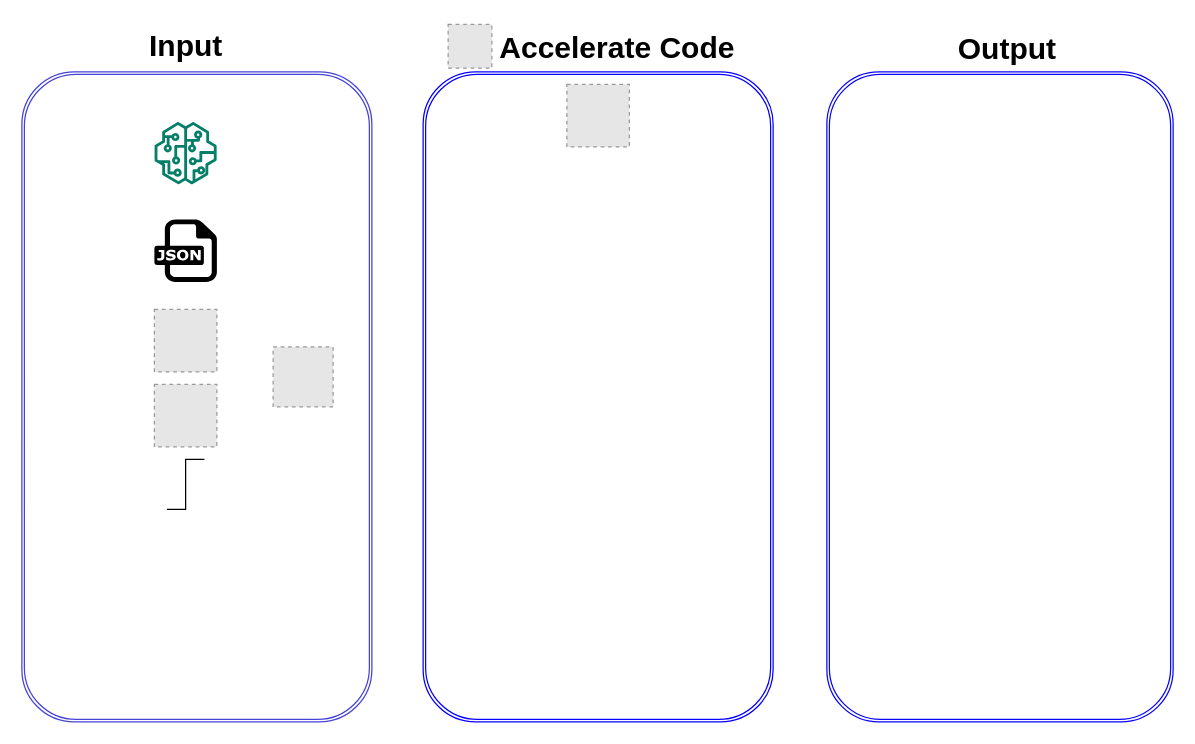
The draw.io diagram Untitled Diagram.drawio in akhilamartia/github-demo, before the edit. Source tidied: cells renumbered, new cells numbered last; positions are measured from the earlier drawing's top-left corner, leaving out a move shared by most shapes. Both pictures are drawn from the tidied source at 125%, with x=0, y=0 at pixel (21, 21). Pictures stored in the file or linked from it are replaced by grey dashed boxes.
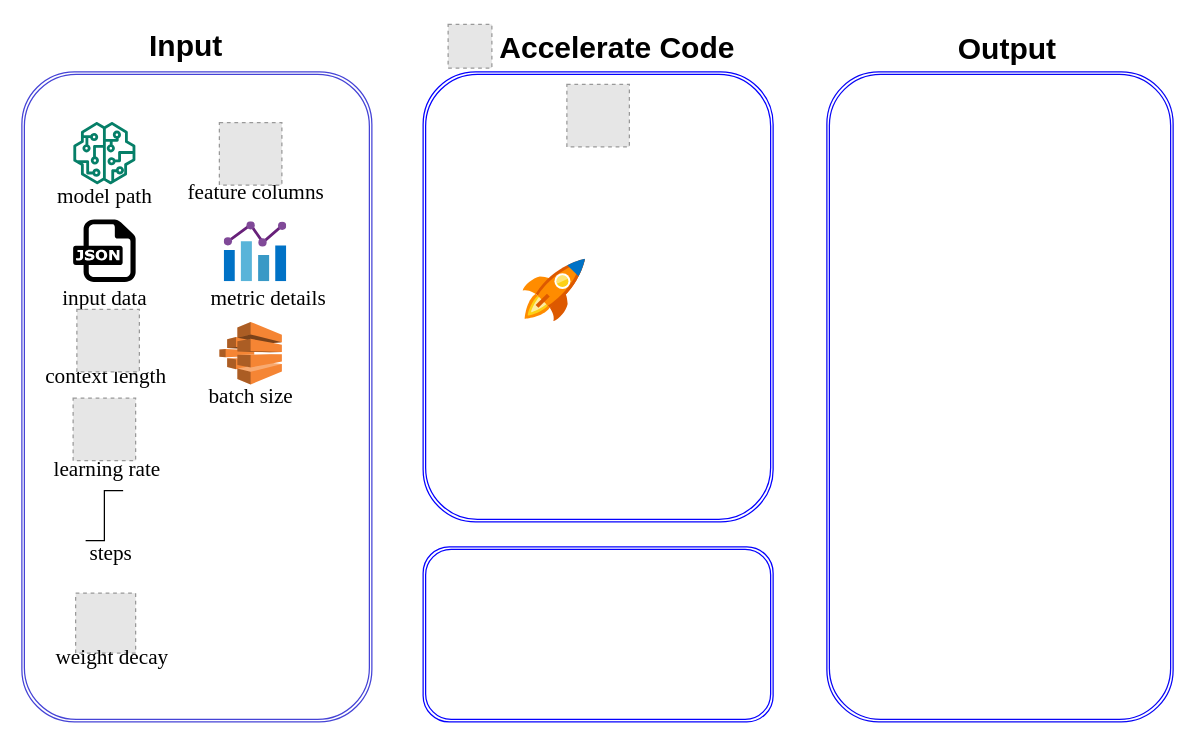
The same page after the edit.

Commit message:
input almost done

Diff of the diagram source:
```diff
@@
     <mxCell id="4" style="shape=ext;double=1;rounded=1;whiteSpace=wrap;html=1;strokeColor=#0501fe;" parent="1" vertex="1">
-      <mxGeometry x="321" y="40" width="280" height="520" as="geometry" />
+      <mxGeometry x="321" y="40" width="280" height="360" as="geometry" />
     </mxCell>
@@
     <mxCell id="9" style="dashed=0;html=1;align=center;labelPosition=center;verticalLabelPosition=bottom;verticalAlign=top;shape=mxgraph.weblogos.json;" parent="1" vertex="1">
-      <mxGeometry x="106" y="158" width="50" height="50" as="geometry" />
+      <mxGeometry x="41" y="158" width="50" height="50" as="geometry" />
     </mxCell>
     <mxCell id="10" style="sketch=0;fontColor=#232F3E;gradientColor=none;fillColor=#067F68;strokeColor=none;dashed=0;verticalLabelPosition=bottom;verticalAlign=top;align=center;html=1;fontSize=12;fontStyle=0;shape=mxgraph.aws4.sagemaker_model;" parent="1" vertex="1">
-      <mxGeometry x="106" y="80" width="50" height="50" as="geometry" />
+      <mxGeometry x="41" y="80" width="50" height="50" as="geometry" />
     </mxCell>
@@
-    <mxCell id="12" style="fillColor=#E6E6E6;strokeColor=#999999;dashed=1;html=1;verticalAlign=top;verticalLabelPosition=bottom;labelBackgroundColor=#ffffff;" parent="1" vertex="1">
-      <mxGeometry x="106" y="230" width="50" height="50" as="geometry" />
-    </mxCell>
     <mxCell id="13" style="fillColor=#E6E6E6;strokeColor=#999999;dashed=1;html=1;verticalAlign=top;verticalLabelPosition=bottom;labelBackgroundColor=#ffffff;" parent="1" vertex="1">
-      <mxGeometry x="106" y="290" width="50" height="50" as="geometry" />
+      <mxGeometry x="41" y="301" width="50" height="50" as="geometry" />
     </mxCell>
     <mxCell id="14" style="verticalLabelPosition=bottom;shadow=0;dashed=0;align=center;html=1;verticalAlign=top;shape=mxgraph.electrical.waveforms.step_1;" parent="1" vertex="1">
-      <mxGeometry x="116" y="350" width="30" height="40" as="geometry" />
+      <mxGeometry x="51" y="375" width="30" height="40" as="geometry" />
     </mxCell>
     <mxCell id="15" style="fillColor=#E6E6E6;strokeColor=#999999;dashed=1;html=1;verticalAlign=top;verticalLabelPosition=bottom;labelBackgroundColor=#ffffff;" parent="1" vertex="1">
-      <mxGeometry x="201" y="260" width="48" height="48" as="geometry" />
+      <mxGeometry x="43" y="457" width="48" height="48" as="geometry" />
     </mxCell>
+    <mxCell id="16" style="shape=ext;double=1;rounded=1;whiteSpace=wrap;html=1;strokeColor=#0501fe;" parent="1" vertex="1">
+      <mxGeometry x="321" y="420" width="280" height="140" as="geometry" />
+    </mxCell>
+    <mxCell id="17" style="image;sketch=0;html=1;align=center;fontSize=12;image=img/lib/mscae/Quick_Start_Center.svg;" parent="1" vertex="1">
+      <mxGeometry x="401" y="190" width="50" height="50" as="geometry" />
+    </mxCell>
+    <mxCell id="18" value="model path" style="text;strokeColor=none;fillColor=none;html=1;fontSize=17;fontStyle=0;verticalAlign=middle;align=center;fontFamily=Times New Roman;" parent="1" vertex="1">
+      <mxGeometry x="16" y="120" width="100" height="40" as="geometry" />
+    </mxCell>
+    <mxCell id="19" value="input data" style="text;strokeColor=none;fillColor=none;html=1;fontSize=17;fontStyle=0;verticalAlign=middle;align=center;fontFamily=Times New Roman;" parent="1" vertex="1">
+      <mxGeometry x="16" y="202" width="100" height="40" as="geometry" />
+    </mxCell>
+    <mxCell id="20" value="context length" style="text;strokeColor=none;fillColor=none;html=1;fontSize=17;fontStyle=0;verticalAlign=middle;align=center;fontFamily=Times New Roman;" parent="1" vertex="1">
+      <mxGeometry x="17" y="264" width="100" height="40" as="geometry" />
+    </mxCell>
+    <mxCell id="21" value="learning rate" style="text;strokeColor=none;fillColor=none;html=1;fontSize=17;fontStyle=0;verticalAlign=middle;align=center;fontFamily=Times New Roman;" parent="1" vertex="1">
+      <mxGeometry x="18" y="339" width="100" height="40" as="geometry" />
+    </mxCell>
+    <mxCell id="22" value="steps" style="text;strokeColor=none;fillColor=none;html=1;fontSize=17;fontStyle=0;verticalAlign=middle;align=center;fontFamily=Times New Roman;" parent="1" vertex="1">
+      <mxGeometry x="21" y="406" width="100" height="40" as="geometry" />
+    </mxCell>
+    <mxCell id="23" value="weight decay" style="text;strokeColor=none;fillColor=none;html=1;fontSize=17;fontStyle=0;verticalAlign=middle;align=center;fontFamily=Times New Roman;" parent="1" vertex="1">
+      <mxGeometry x="22" y="489" width="100" height="40" as="geometry" />
+    </mxCell>
+    <mxCell id="24" style="fillColor=#E6E6E6;strokeColor=#999999;dashed=1;html=1;verticalAlign=top;verticalLabelPosition=bottom;labelBackgroundColor=#ffffff;" parent="1" vertex="1">
+      <mxGeometry x="158" y="80.5" width="50" height="50" as="geometry" />
+    </mxCell>
+    <mxCell id="25" value="feature columns" style="text;strokeColor=none;fillColor=none;html=1;fontSize=17;fontStyle=0;verticalAlign=middle;align=center;fontFamily=Times New Roman;" parent="1" vertex="1">
+      <mxGeometry x="137" y="116.5" width="100" height="40" as="geometry" />
+    </mxCell>
+    <mxCell id="26" style="image;sketch=0;html=1;align=center;fontSize=12;image=img/lib/mscae/Chart.svg;" parent="1" vertex="1">
+      <mxGeometry x="162" y="160" width="50" height="48" as="geometry" />
+    </mxCell>
+    <mxCell id="27" value="metric details" style="text;strokeColor=none;fillColor=none;html=1;fontSize=17;fontStyle=0;verticalAlign=middle;align=center;fontFamily=Times New Roman;" parent="1" vertex="1">
+      <mxGeometry x="147" y="202" width="100" height="40" as="geometry" />
+    </mxCell>
+    <mxCell id="28" style="fillColor=#E6E6E6;strokeColor=#999999;dashed=1;html=1;verticalAlign=top;verticalLabelPosition=bottom;labelBackgroundColor=#ffffff;" parent="1" vertex="1">
+      <mxGeometry x="44" y="230" width="50" height="50" as="geometry" />
+    </mxCell>
+    <mxCell id="29" style="dashed=0;verticalLabelPosition=bottom;verticalAlign=top;align=center;html=1;shape=mxgraph.aws3.batch;fillColor=#F58534;gradientColor=none;" parent="1" vertex="1">
+      <mxGeometry x="158" y="240" width="50" height="50" as="geometry" />
+    </mxCell>
+    <mxCell id="30" value="batch size" style="text;strokeColor=none;fillColor=none;html=1;fontSize=17;fontStyle=0;verticalAlign=middle;align=center;fontFamily=Times New Roman;" parent="1" vertex="1">
+      <mxGeometry x="133" y="280" width="100" height="40" as="geometry" />
+    </mxCell>
```
